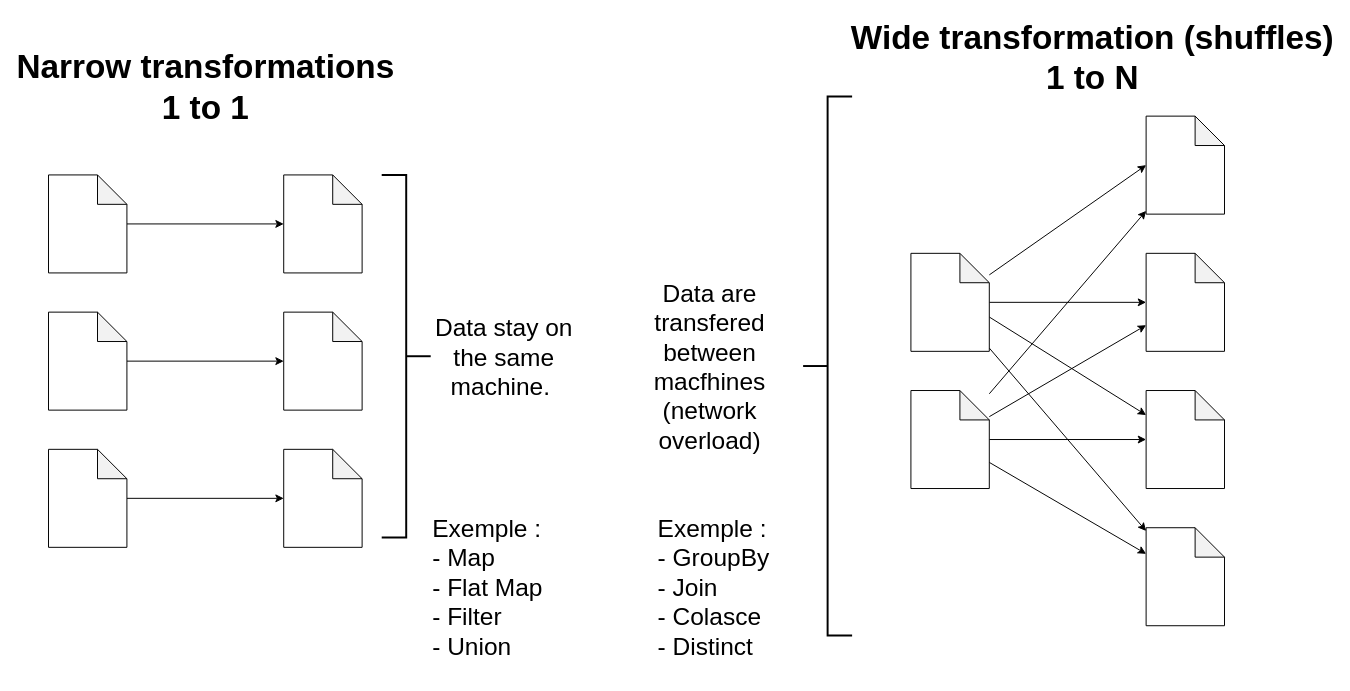
This is lessons/img/src/transofrmation spark.drawio from HealerMikado/panorama_big_data_2021, a draw.io file, before an edit. Source tidied: cells renumbered, new cells numbered last; positions are measured from the earlier drawing's top-left corner, leaving out a move shared by most shapes. Both pictures are drawn from the tidied source at 98%, with x=0, y=0 at pixel (48, 37).
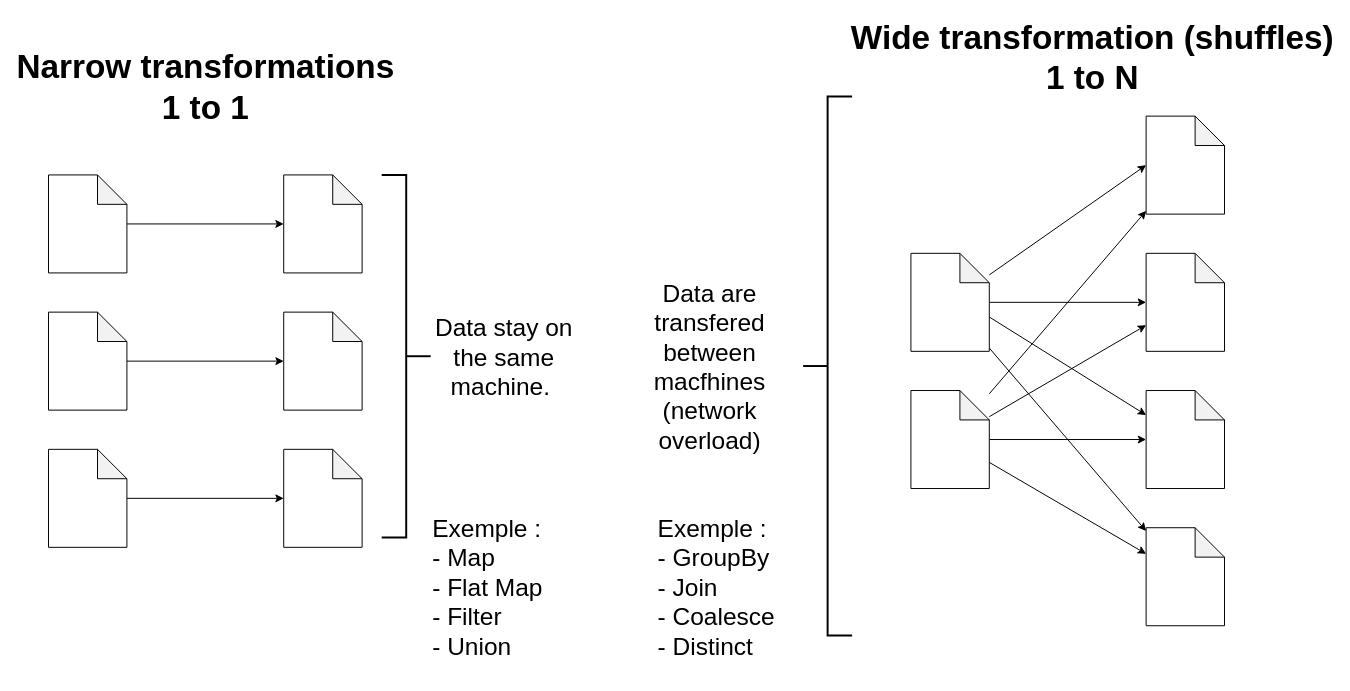
The same diagram, later.

Change to the diagram source:
```diff
@@
-    <mxCell id="28" value="&lt;font style=&quot;font-size: 25px&quot;&gt;Exemple :&lt;br&gt;- GroupBy&lt;br&gt;- Join&lt;br&gt;- Colasce&lt;br&gt;- Distinct&lt;/font&gt;" style="text;html=1;strokeColor=none;fillColor=none;align=left;verticalAlign=middle;whiteSpace=wrap;rounded=0;" parent="1" vertex="1">
+    <mxCell id="28" value="&lt;font style=&quot;font-size: 25px&quot;&gt;Exemple :&lt;br&gt;- GroupBy&lt;br&gt;- Join&lt;br&gt;- Coalesce&lt;br&gt;- Distinct&lt;/font&gt;" style="text;html=1;strokeColor=none;fillColor=none;align=left;verticalAlign=middle;whiteSpace=wrap;rounded=0;" parent="1" vertex="1">
       <mxGeometry x="620" y="470" width="140" height="180" as="geometry" />
     </mxCell>
```
